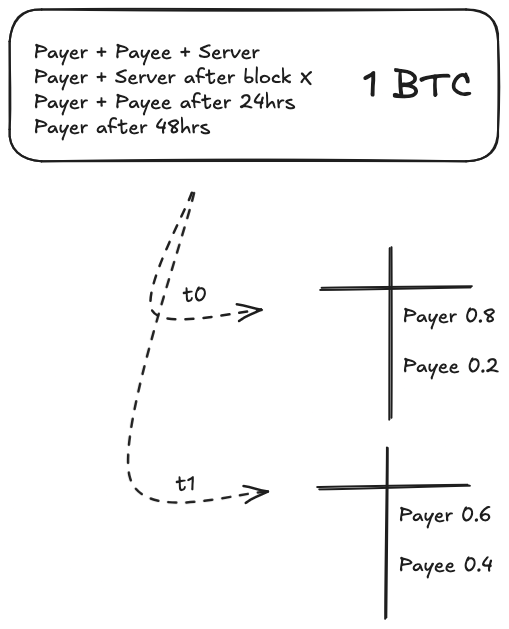
The Excalidraw diagram static/img/ark-vtxo-channel.png in ark-network/arkdev.info, before a commit. Source tidied: one line per element, renumbered; positions are measured from the earlier drawing's top-left corner, leaving out a move shared by most shapes.
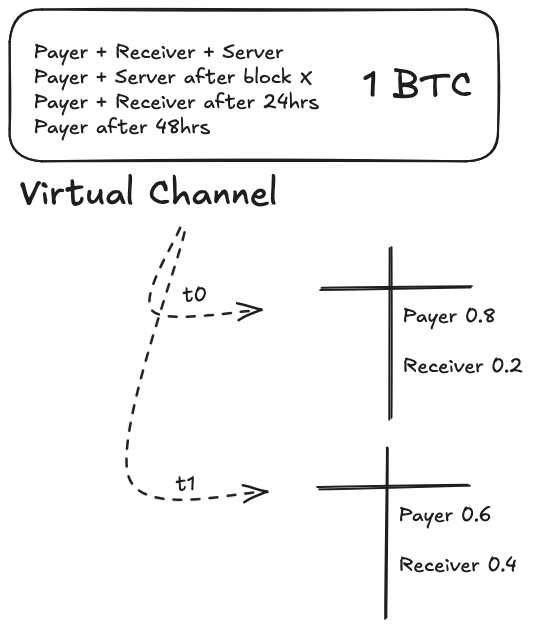
After the commit.

Commit message:
payee > receiver in diagram

The edit, as a diff of the source:
```diff
@@ -1,13 +1,14 @@
 {"id": 0, "type": "rectangle", "strokeColor": "#1e1e1e", "strokeWidth": 2, "roughness": 1, "round": true, "x": 0, "y": 0, "width": 488, "height": 152}
-{"id": 1, "type": "text", "text": "Payer + Payee + Server\nPayer + Server after block X\nPayer + Payee after 24hrs \nPayer after 48hrs\n", "strokeColor": "#1e1e1e", "strokeWidth": 2, "roughness": 1, "fontSize": 20, "fontFamily": 5, "x": 24, "y": 30, "width": 279, "height": 125}
+{"id": 1, "type": "text", "text": "Payer + Receiver + Server\nPayer + Server after block X\nPayer + Receiver after 24hrs \nPayer after 48hrs\n", "strokeColor": "#1e1e1e", "strokeWidth": 2, "roughness": 1, "fontSize": 20, "fontFamily": 5, "x": 24, "y": 30, "width": 294, "height": 125}
-{"id": 2, "type": "arrow", "strokeColor": "#1e1e1e", "strokeWidth": 2, "strokeStyle": "dashed", "roughness": 1, "endArrowhead": "arrow", "round": true, "from": 0, "x": 182, "y": 184, "width": 108, "height": 117, "points": [[0, 0], [-39, 117], [70, 116]]}
+{"id": 2, "type": "arrow", "strokeColor": "#1e1e1e", "strokeWidth": 2, "strokeStyle": "dashed", "roughness": 1, "endArrowhead": "arrow", "round": true, "from": 13, "x": 170, "y": 219, "width": 108, "height": 82, "points": [[0, 0], [-27, 82], [81, 81]]}
 {"id": 3, "type": "line", "strokeColor": "#1e1e1e", "strokeWidth": 2, "roughness": 1, "round": true, "x": 381, "y": 238, "width": 0, "height": 171, "points": [[0, 0], [0, 171]]}
 {"id": 4, "type": "line", "strokeColor": "#1e1e1e", "strokeWidth": 2, "roughness": 1, "round": true, "x": 312, "y": 279, "width": 151, "height": 2, "points": [[0, 0], [151, -2]]}
-{"id": 5, "type": "text", "text": "Payer 0.8\n\nPayee 0.2", "strokeColor": "#1e1e1e", "strokeWidth": 2, "roughness": 1, "fontSize": 20, "fontFamily": 5, "x": 393, "y": 294, "width": 97, "height": 75}
+{"id": 5, "type": "text", "text": "Payer 0.8\n\nReceiver 0.2", "strokeColor": "#1e1e1e", "strokeWidth": 2, "roughness": 1, "fontSize": 20, "fontFamily": 5, "x": 393, "y": 294, "width": 121, "height": 75}
 {"id": 6, "type": "line", "strokeColor": "#1e1e1e", "strokeWidth": 2, "roughness": 1, "round": true, "x": 377, "y": 437, "width": 0, "height": 171, "points": [[0, 0], [0, 171]]}
 {"id": 7, "type": "line", "strokeColor": "#1e1e1e", "strokeWidth": 2, "roughness": 1, "round": true, "x": 308, "y": 478, "width": 151, "height": 2, "points": [[0, 0], [151, -2]]}
-{"id": 8, "type": "text", "text": "Payer 0.6\n\nPayee 0.4", "strokeColor": "#1e1e1e", "strokeWidth": 2, "roughness": 1, "fontSize": 20, "fontFamily": 5, "x": 389, "y": 493, "width": 95, "height": 75}
+{"id": 8, "type": "text", "text": "Payer 0.6\n\nReceiver 0.4", "strokeColor": "#1e1e1e", "strokeWidth": 2, "roughness": 1, "fontSize": 20, "fontFamily": 5, "x": 389, "y": 493, "width": 119, "height": 75}
-{"id": 9, "type": "arrow", "strokeColor": "#1e1e1e", "strokeWidth": 2, "strokeStyle": "dashed", "roughness": 1, "endArrowhead": "arrow", "round": true, "from": 0, "x": 183, "y": 184, "width": 138, "height": 299, "points": [[0, 0], [-63, 284], [75, 299]]}
+{"id": 9, "type": "arrow", "strokeColor": "#1e1e1e", "strokeWidth": 2, "strokeStyle": "dashed", "roughness": 1, "endArrowhead": "arrow", "round": true, "from": 13, "x": 174, "y": 223, "width": 138, "height": 259, "points": [[0, 0], [-55, 244], [83, 259]]}
 {"id": 10, "type": "text", "text": "t1", "strokeColor": "#1e1e1e", "strokeWidth": 2, "roughness": 1, "fontSize": 20, "fontFamily": 5, "x": 166, "y": 462, "width": 20, "height": 25}
 {"id": 11, "type": "text", "text": "t0", "strokeColor": "#1e1e1e", "strokeWidth": 2, "roughness": 1, "fontSize": 20, "fontFamily": 5, "x": 173, "y": 273, "width": 25, "height": 25}
 {"id": 12, "type": "text", "text": "1 BTC", "strokeColor": "#1e1e1e", "strokeWidth": 4, "roughness": 2, "fontSize": 36, "fontFamily": 5, "x": 352, "y": 54, "width": 111, "height": 45}
+{"id": 13, "type": "text", "text": "Virtual Channel", "strokeColor": "#1e1e1e", "strokeWidth": 4, "roughness": 2, "fontSize": 36, "fontFamily": 5, "x": 10, "y": 162, "width": 258, "height": 45}
```
